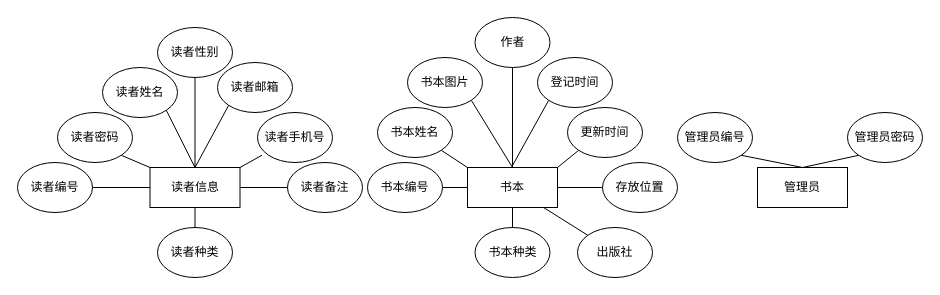
Varasekie/database_homework_proj keeps this draw.io diagram as 2.drawio. Above is the earlier version. Source tidied: cells renumbered, new cells numbered last; positions are measured from the earlier drawing's top-left corner, leaving out a move shared by most shapes. Both pictures are drawn from the tidied source at 100%, with x=0, y=0 at pixel (17, 17).
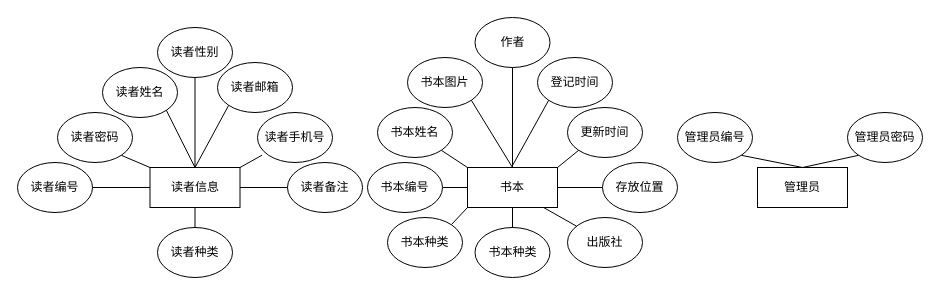
After the change.

The change refers to these unchanged cells:
```xml
<mxCell id="3" value="书本" style="rounded=0;whiteSpace=wrap;html=1;" parent="1" vertex="1">
  <mxGeometry x="450" y="150" width="90" height="40" as="geometry" />
</mxCell>
```

What changed in the source:
```diff
@@
     <mxCell id="35" value="出版社" style="ellipse;whiteSpace=wrap;html=1;" parent="1" vertex="1">
-      <mxGeometry x="560" y="210" width="75" height="50" as="geometry" />
+      <mxGeometry x="550" y="200" width="75" height="50" as="geometry" />
     </mxCell>
@@
+    <mxCell id="43" style="rounded=0;jettySize=auto;html=1;exitX=1;exitY=0;exitDx=0;exitDy=0;entryX=0;entryY=1;entryDx=0;entryDy=0;endArrow=none;endFill=0;" parent="1" edge="1" source="44" target="3">
+      <mxGeometry relative="1" as="geometry" />
+    </mxCell>
+    <mxCell id="44" value="书本种类" style="ellipse;whiteSpace=wrap;html=1;" parent="1" vertex="1">
+      <mxGeometry x="370" y="200" width="75" height="50" as="geometry" />
+    </mxCell>
```
